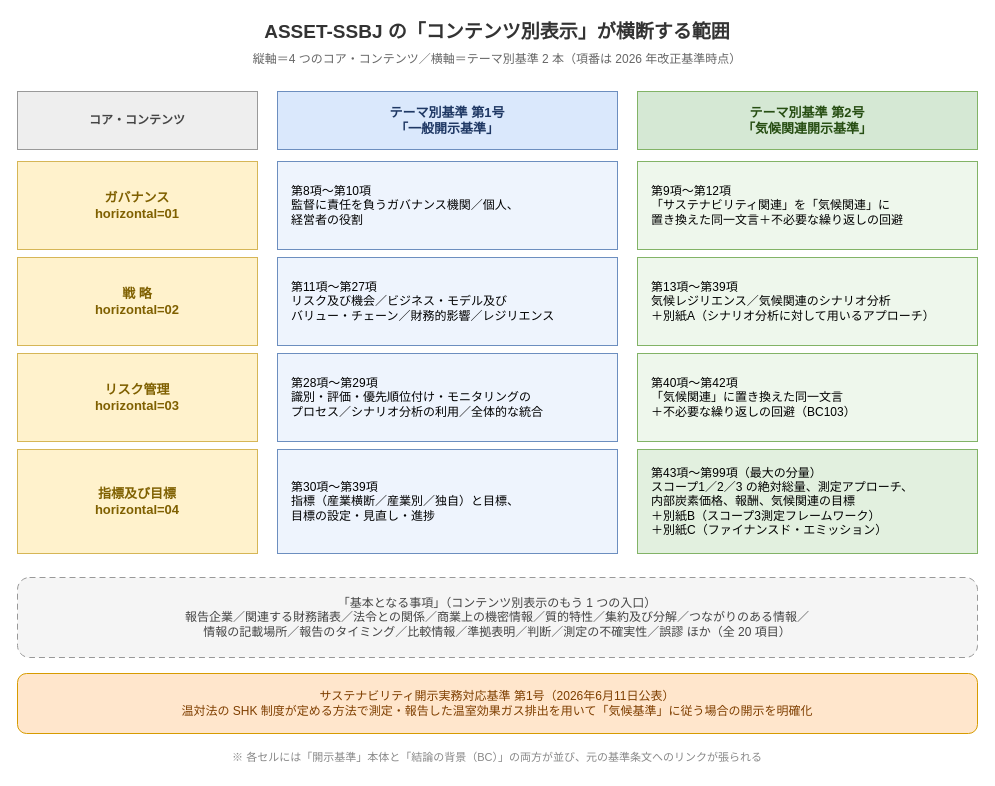
Earlier version of the draw.io diagram static/images/ssbj-asset-standards-matrix.drawio (hdknr/blogs). Source tidied: cells renumbered, new cells numbered last; positions are measured from the earlier drawing's top-left corner, leaving out a move shared by most shapes. Both pictures are drawn from the tidied source at 100%, with x=0, y=0 at pixel (17, 17).
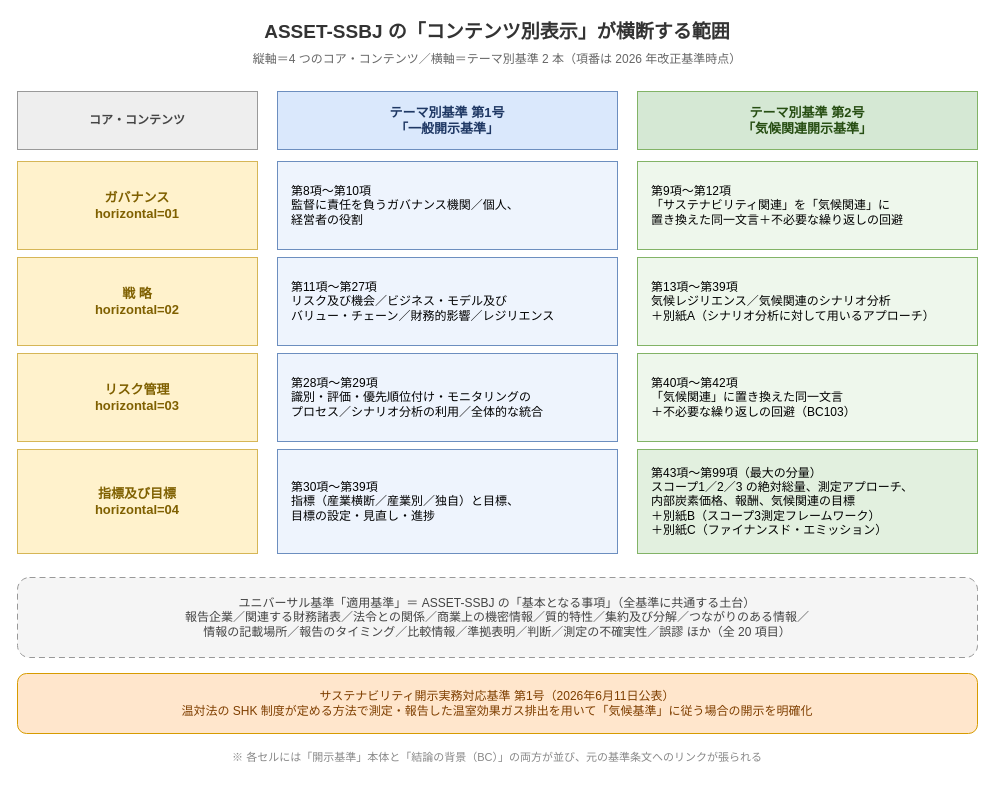
The same page after the edit.

Commit message (it also covers changes not shown here):
Add content column to the 4-standards table and clarify 適用基準 = 基本となる事項

Change to the diagram source:
```diff
@@
-    <mxCell id="19" value="「基本となる事項」（コンテンツ別表示のもう 1 つの入口）&#10;報告企業／関連する財務諸表／法令との関係／商業上の機密情報／質的特性／集約及び分解／つながりのある情報／&#10;情報の記載場所／報告のタイミング／比較情報／準拠表明／判断／測定の不確実性／誤謬 ほか（全 20 項目）" style="rounded=1;whiteSpace=wrap;html=1;fillColor=#f5f5f5;strokeColor=#999999;fontSize=12;align=center;verticalAlign=middle;dashed=1;dashPattern=6 4;fontColor=#444444;" parent="1" vertex="1">
+    <mxCell id="19" value="ユニバーサル基準「適用基準」＝ ASSET-SSBJ の「基本となる事項」（全基準に共通する土台）&#10;報告企業／関連する財務諸表／法令との関係／商業上の機密情報／質的特性／集約及び分解／つながりのある情報／&#10;情報の記載場所／報告のタイミング／比較情報／準拠表明／判断／測定の不確実性／誤謬 ほか（全 20 項目）" style="rounded=1;whiteSpace=wrap;html=1;fillColor=#f5f5f5;strokeColor=#999999;fontSize=12;align=center;verticalAlign=middle;dashed=1;dashPattern=6 4;fontColor=#444444;" parent="1" vertex="1">
       <mxGeometry y="560" width="960" height="80" as="geometry" />
     </mxCell>
```
